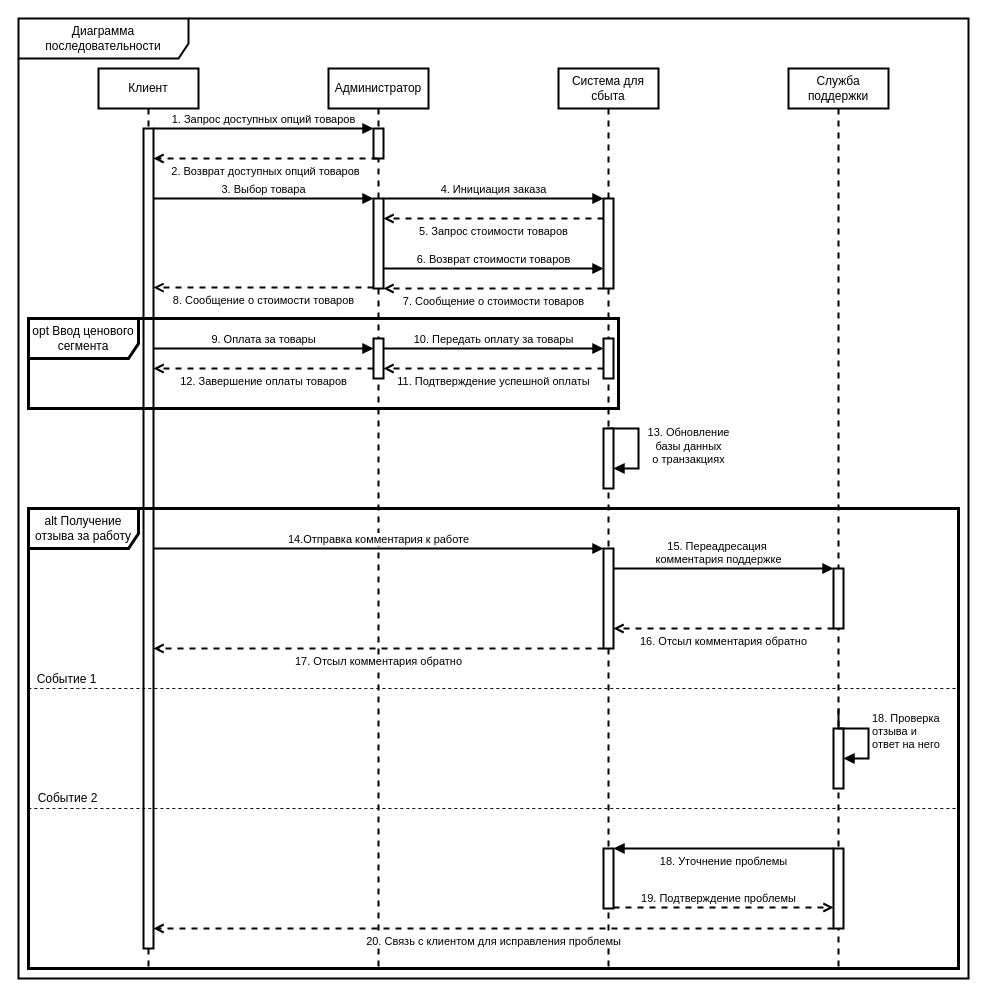
The draw.io diagram page "Page-1" (1 of 3) of 2.drawio in Helpmepleaseitishard/Aikms, before the edit. Source tidied: cells renumbered, new cells numbered last; positions are measured from the earlier drawing's top-left corner, leaving out a move shared by most shapes. Both pictures are drawn from the tidied source at 100%, with x=0, y=0 at pixel (18, 18).
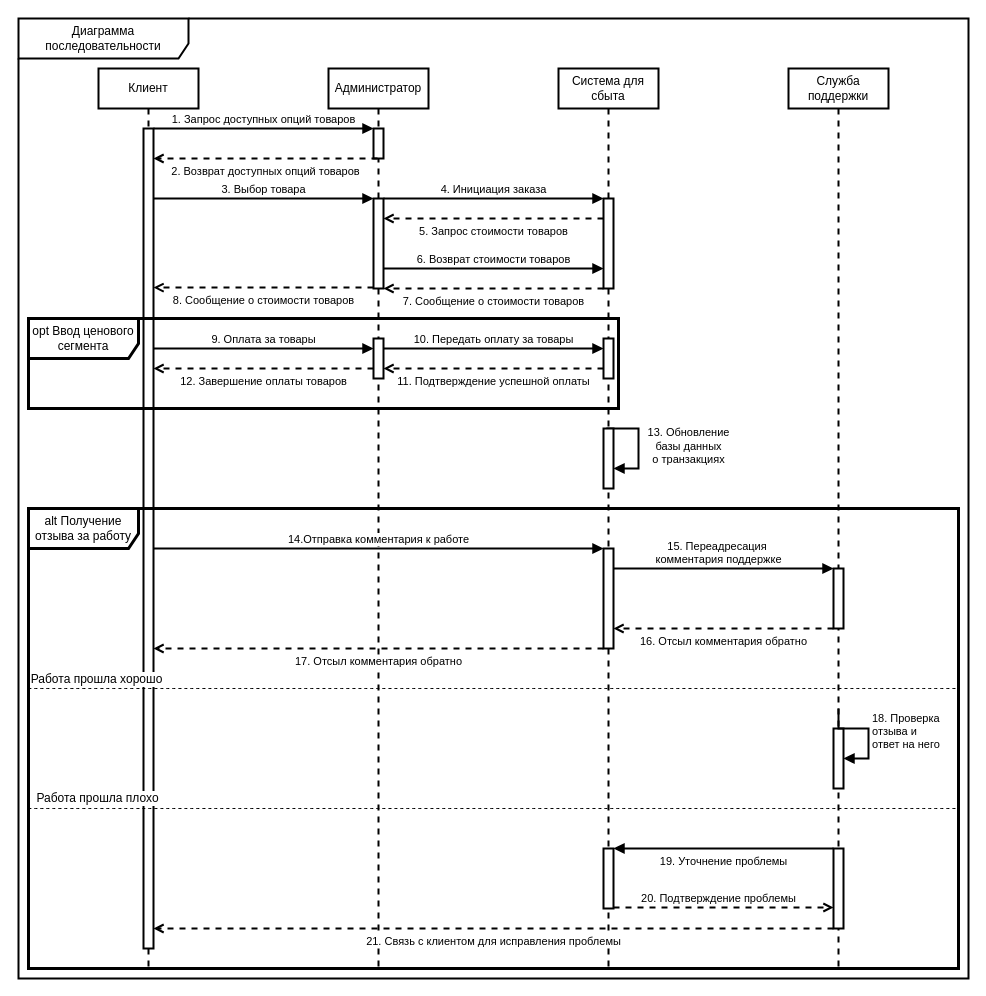
Above is the later version.

The change refers to these unchanged cells:
```xml
<mxCell id="32" style="endArrow=none;dashed=1;html=1;rounded=0;fontSize=12;startSize=8;endSize=8;curved=1;" parent="1" edge="1">
  <mxGeometry relative="1" as="geometry">
    <mxPoint x="10" y="670" as="sourcePoint" />
    <mxPoint x="940" y="670" as="targetPoint" />
  </mxGeometry>
</mxCell>
```

What changed in the source:
```diff
@@
-    <mxCell id="33" value="Событие 1" style="edgeLabel;html=1;align=center;verticalAlign=middle;fontSize=12;" parent="32" vertex="1">
+    <mxCell id="33" value="Работа прошла хорошо" style="edgeLabel;html=1;align=center;verticalAlign=middle;fontSize=12;" parent="32" vertex="1">
       <mxGeometry x="0.03" y="-5" relative="1" as="geometry">
-        <mxPoint x="-441" y="-15" as="offset" />
+        <mxPoint x="-411" y="-15" as="offset" />
       </mxGeometry>
     </mxCell>
@@
-    <mxCell id="39" value="20. Связь с клиентом для исправления проблемы" style="html=1;verticalAlign=top;endArrow=open;curved=0;rounded=0;strokeWidth=2;endFill=0;dashed=1;" parent="1" edge="1">
+    <mxCell id="39" value="21. Связь с клиентом для исправления проблемы" style="html=1;verticalAlign=top;endArrow=open;curved=0;rounded=0;strokeWidth=2;endFill=0;dashed=1;" parent="1" edge="1">
       <mxGeometry relative="1" as="geometry">
         <mxPoint x="815" y="910" as="sourcePoint" />
         <mxPoint x="135" y="910" as="targetPoint" />
         <Array as="points">
           <mxPoint x="685" y="910" />
         </Array>
       </mxGeometry>
     </mxCell>
-    <mxCell id="40" value="18. Уточнение проблемы" style="html=1;verticalAlign=top;endArrow=block;curved=0;rounded=0;strokeWidth=2;endFill=1;" parent="1" edge="1">
+    <mxCell id="40" value="19. Уточнение проблемы" style="html=1;verticalAlign=top;endArrow=block;curved=0;rounded=0;strokeWidth=2;endFill=1;" parent="1" edge="1">
       <mxGeometry relative="1" as="geometry">
         <mxPoint x="815" y="830" as="sourcePoint" />
         <mxPoint x="595" y="830" as="targetPoint" />
         <Array as="points">
           <mxPoint x="685" y="830" />
         </Array>
       </mxGeometry>
     </mxCell>
-    <mxCell id="41" value="19. Подтверждение проблемы" style="html=1;verticalAlign=bottom;endArrow=open;curved=0;rounded=0;strokeWidth=2;dashed=1;endFill=0;" parent="1" edge="1">
+    <mxCell id="41" value="20. Подтверждение проблемы" style="html=1;verticalAlign=bottom;endArrow=open;curved=0;rounded=0;strokeWidth=2;dashed=1;endFill=0;" parent="1" edge="1">
       <mxGeometry x="-0.05" relative="1" as="geometry">
         <mxPoint x="595" y="889" as="sourcePoint" />
         <mxPoint x="815" y="889" as="targetPoint" />
       </mxGeometry>
     </mxCell>
-    <mxCell id="42" value="Событие 2" style="edgeLabel;html=1;align=center;verticalAlign=middle;fontSize=12;" parent="1" vertex="1">
-      <mxGeometry x="60" y="670" as="geometry">
+    <mxCell id="42" value="Работа прошла плохо" style="edgeLabel;html=1;align=center;verticalAlign=middle;fontSize=12;" parent="1" vertex="1">
+      <mxGeometry x="90" y="670" as="geometry">
         <mxPoint x="-12" y="109" as="offset" />
       </mxGeometry>
     </mxCell>
```
